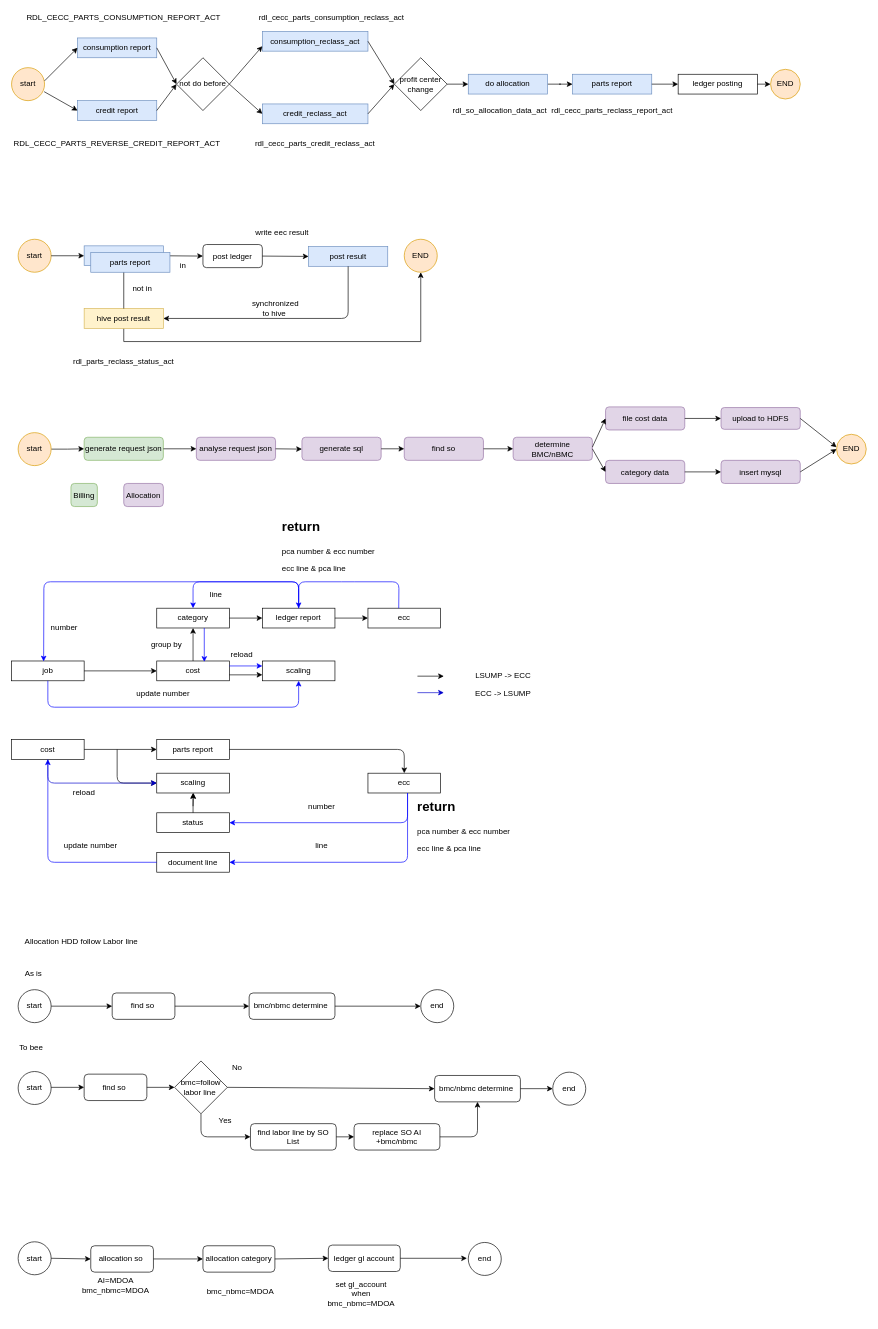
zhang-xdl/Crawler keeps this draw.io diagram as src/Untitled Diagram.drawio. Above is the earlier version. Source tidied: cells renumbered, new cells numbered last; positions are measured from the earlier drawing's top-left corner, leaving out a move shared by most shapes. Both pictures are drawn from the tidied source at 66%, with x=0, y=0 at pixel (11, 11).
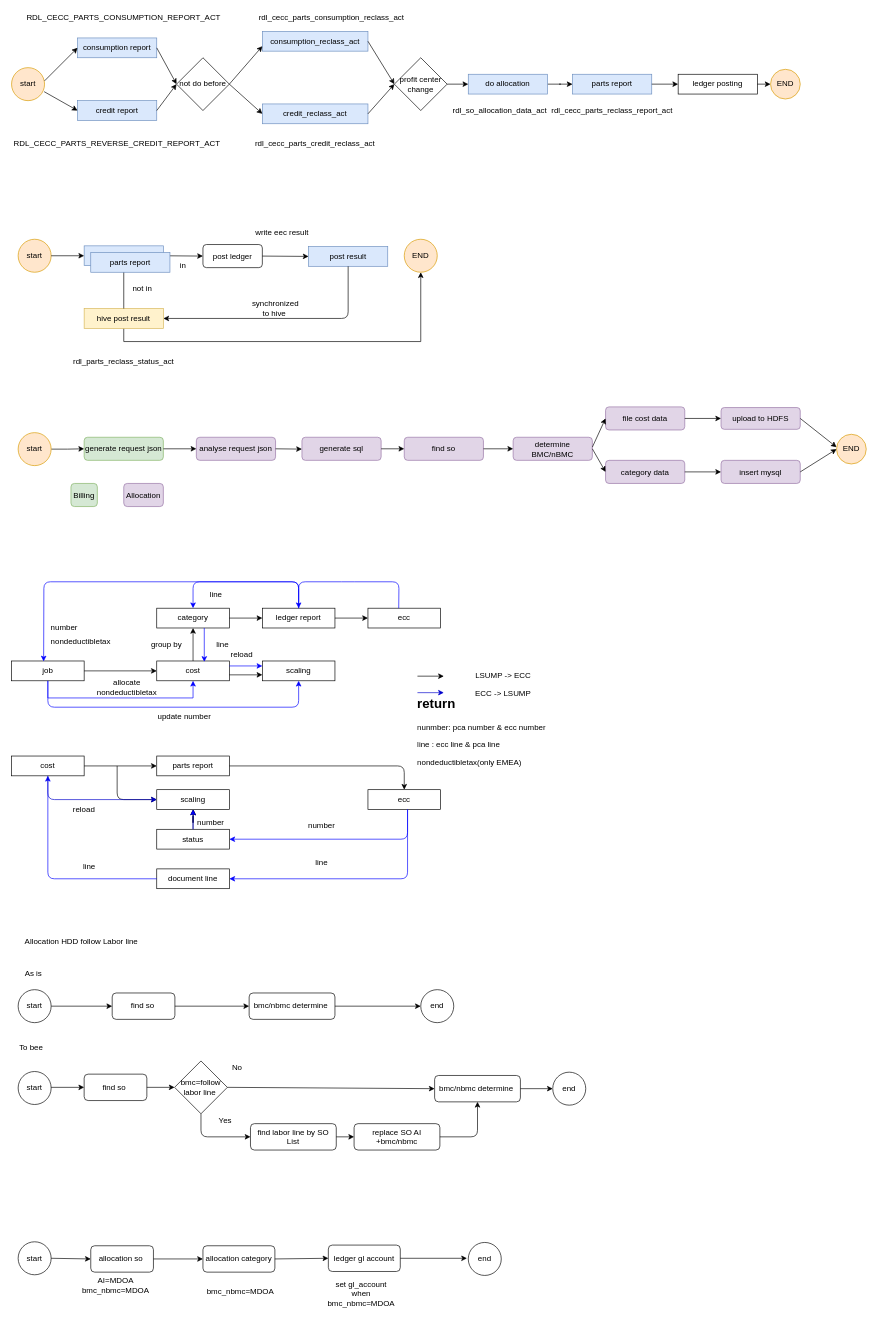
The same page after the edit.

Unchanged cells that the change refers to:
```xml
<mxCell id="73" value="job" style="rounded=0;whiteSpace=wrap;html=1;" parent="1" vertex="1">
  <mxGeometry y="984" width="110" height="30" as="geometry" />
</mxCell>
<mxCell id="74" value="cost" style="rounded=0;whiteSpace=wrap;html=1;" parent="1" vertex="1">
  <mxGeometry x="220" y="984" width="110" height="30" as="geometry" />
</mxCell>
```

Diff of the diagram source:
```diff
@@
+    <mxCell id="158" style="edgeStyle=orthogonalEdgeStyle;rounded=0;jettySize=auto;html=1;exitX=0.5;exitY=1;exitDx=0;exitDy=0;entryX=0.5;entryY=1;entryDx=0;entryDy=0;strokeColor=#0000FF;" parent="1" edge="1" source="73" target="74">
+      <mxGeometry relative="1" as="geometry">
+        <Array as="points">
+          <mxPoint x="55" y="1040" />
+          <mxPoint x="275" y="1040" />
+        </Array>
+      </mxGeometry>
+    </mxCell>
@@
-    <mxCell id="86" value="&lt;h1&gt;&lt;font style=&quot;font-size: 20px ; line-height: 60%&quot;&gt;return&lt;/font&gt;&lt;/h1&gt;&lt;p&gt;pca number &amp;amp; ecc number&lt;/p&gt;&lt;p&gt;ecc line &amp;amp; pca line&lt;/p&gt;" style="text;html=1;strokeColor=none;fillColor=none;spacing=5;spacingTop=-20;whiteSpace=wrap;overflow=hidden;rounded=0;" parent="1" vertex="1">
-      <mxGeometry x="405" y="760" width="205" height="90" as="geometry" />
+    <mxCell id="86" value="&lt;h1&gt;&lt;font style=&quot;font-size: 20px ; line-height: 60%&quot;&gt;return&lt;/font&gt;&lt;/h1&gt;&lt;p&gt;nunmber: pca number &amp;amp; ecc number&lt;/p&gt;&lt;p&gt;line : ecc line &amp;amp; pca line&lt;/p&gt;&lt;p&gt;nondeductibletax(only EMEA)&lt;br&gt;&lt;/p&gt;" style="text;html=1;strokeColor=none;fillColor=none;spacing=5;spacingTop=-20;whiteSpace=wrap;overflow=hidden;rounded=0;" parent="1" vertex="1">
+      <mxGeometry x="610" y="1027" width="205" height="123" as="geometry" />
     </mxCell>
@@
     <mxCell id="92" value="update number" style="text;html=1;strokeColor=none;fillColor=none;align=center;verticalAlign=middle;whiteSpace=wrap;rounded=0;" parent="1" vertex="1">
-      <mxGeometry x="170" y="1024" width="120" height="20" as="geometry" />
+      <mxGeometry x="202" y="1059" width="120" height="20" as="geometry" />
     </mxCell>
@@
     <mxCell id="96" value="cost" style="rounded=0;whiteSpace=wrap;html=1;" parent="1" vertex="1">
-      <mxGeometry y="1103" width="110" height="30" as="geometry" />
+      <mxGeometry y="1128" width="110" height="30" as="geometry" />
     </mxCell>
     <mxCell id="97" value="parts report" style="rounded=0;whiteSpace=wrap;html=1;" parent="1" vertex="1">
-      <mxGeometry x="220" y="1103" width="110" height="30" as="geometry" />
+      <mxGeometry x="220" y="1128" width="110" height="30" as="geometry" />
     </mxCell>
     <mxCell id="98" value="ecc" style="rounded=0;whiteSpace=wrap;html=1;" parent="1" vertex="1">
-      <mxGeometry x="540" y="1154" width="110" height="30" as="geometry" />
+      <mxGeometry x="540" y="1179" width="110" height="30" as="geometry" />
     </mxCell>
@@
     <mxCell id="100" style="endArrow=classic;html=1;exitX=1;exitY=0.5;exitDx=0;exitDy=0;entryX=0.5;entryY=0;entryDx=0;entryDy=0;" parent="1" edge="1" source="97" target="98">
       <mxGeometry relative="1" as="geometry">
         <Array as="points">
-          <mxPoint x="595" y="1118" />
+          <mxPoint x="595" y="1143" />
         </Array>
       </mxGeometry>
     </mxCell>
     <mxCell id="101" value="scaling" style="rounded=0;whiteSpace=wrap;html=1;" parent="1" vertex="1">
-      <mxGeometry x="220" y="1154" width="110" height="30" as="geometry" />
+      <mxGeometry x="220" y="1179" width="110" height="30" as="geometry" />
     </mxCell>
     <mxCell id="102" style="endArrow=classic;html=1;strokeColor=#000000;entryX=0;entryY=0.5;entryDx=0;entryDy=0;" parent="1" edge="1" target="101">
       <mxGeometry relative="1" as="geometry">
-        <mxPoint x="160" y="1118" as="sourcePoint" />
+        <mxPoint x="160" y="1143" as="sourcePoint" />
         <Array as="points">
-          <mxPoint x="160" y="1169" />
+          <mxPoint x="160" y="1194" />
         </Array>
       </mxGeometry>
     </mxCell>
     <mxCell id="103" style="edgeStyle=orthogonalEdgeStyle;rounded=0;jettySize=auto;html=1;strokeColor=#000000;" parent="1" edge="1" target="101">
       <mxGeometry relative="1" as="geometry">
-        <mxPoint x="275" y="1204" as="sourcePoint" />
+        <mxPoint x="275" y="1229" as="sourcePoint" />
       </mxGeometry>
     </mxCell>
+    <mxCell id="159" style="edgeStyle=orthogonalEdgeStyle;rounded=0;jettySize=auto;html=1;" parent="1" edge="1" source="104" target="101">
+      <mxGeometry relative="1" as="geometry" />
+    </mxCell>
     <mxCell id="104" value="status" style="rounded=0;whiteSpace=wrap;html=1;" parent="1" vertex="1">
-      <mxGeometry x="220" y="1214" width="110" height="30" as="geometry" />
+      <mxGeometry x="220" y="1239" width="110" height="30" as="geometry" />
     </mxCell>
     <mxCell id="105" value="document line" style="rounded=0;whiteSpace=wrap;html=1;" parent="1" vertex="1">
-      <mxGeometry x="220" y="1274" width="110" height="30" as="geometry" />
+      <mxGeometry x="220" y="1299" width="110" height="30" as="geometry" />
     </mxCell>
     <mxCell id="106" style="endArrow=classic;html=1;entryX=1;entryY=0.5;entryDx=0;entryDy=0;strokeColor=#0000FF;" parent="1" edge="1" target="104">
       <mxGeometry relative="1" as="geometry">
-        <mxPoint x="600" y="1184" as="sourcePoint" />
+        <mxPoint x="600" y="1209" as="sourcePoint" />
         <Array as="points">
-          <mxPoint x="600" y="1229" />
+          <mxPoint x="600" y="1254" />
         </Array>
       </mxGeometry>
     </mxCell>
     <mxCell id="107" style="endArrow=classic;html=1;entryX=1;entryY=0.5;entryDx=0;entryDy=0;strokeColor=#0000FF;" parent="1" edge="1" target="105">
       <mxGeometry relative="1" as="geometry">
-        <mxPoint x="600" y="1184" as="sourcePoint" />
+        <mxPoint x="600" y="1209" as="sourcePoint" />
         <Array as="points">
-          <mxPoint x="600" y="1289" />
+          <mxPoint x="600" y="1314" />
         </Array>
       </mxGeometry>
     </mxCell>
-    <mxCell id="108" style="endArrow=classic;html=1;strokeColor=#000000;entryX=0.5;entryY=1;entryDx=0;entryDy=0;" parent="1" edge="1" target="101">
+    <mxCell id="108" style="endArrow=classic;html=1;strokeColor=#0000FF;entryX=0.5;entryY=1;entryDx=0;entryDy=0;" parent="1" edge="1" target="101">
       <mxGeometry relative="1" as="geometry">
-        <mxPoint x="275" y="1214" as="sourcePoint" />
+        <mxPoint x="275" y="1239" as="sourcePoint" />
       </mxGeometry>
     </mxCell>
     <mxCell id="109" style="endArrow=classic;html=1;entryX=0.5;entryY=1;entryDx=0;entryDy=0;exitX=0;exitY=0.5;exitDx=0;exitDy=0;strokeColor=#0000FF;" parent="1" edge="1" source="105" target="96">
       <mxGeometry relative="1" as="geometry">
         <Array as="points">
-          <mxPoint x="55" y="1289" />
+          <mxPoint x="55" y="1314" />
         </Array>
       </mxGeometry>
     </mxCell>
     <mxCell id="110" style="endArrow=classic;html=1;exitX=0.5;exitY=1;exitDx=0;exitDy=0;entryX=0;entryY=0.5;entryDx=0;entryDy=0;strokeColor=#0000CC;" parent="1" edge="1" source="96" target="101">
       <mxGeometry relative="1" as="geometry">
         <Array as="points">
-          <mxPoint x="55" y="1169" />
+          <mxPoint x="55" y="1194" />
         </Array>
       </mxGeometry>
     </mxCell>
-    <mxCell id="111" value="&lt;h1&gt;&lt;font style=&quot;font-size: 20px&quot;&gt;return&lt;/font&gt;&lt;/h1&gt;&lt;p&gt;pca number &amp;amp; ecc number&lt;/p&gt;&lt;p&gt;ecc line &amp;amp; pca line&lt;/p&gt;" style="text;html=1;strokeColor=none;fillColor=none;spacing=5;spacingTop=-20;whiteSpace=wrap;overflow=hidden;rounded=0;" parent="1" vertex="1">
-      <mxGeometry x="610" y="1184" width="205" height="90" as="geometry" />
-    </mxCell>
     <mxCell id="112" value="number" style="text;html=1;strokeColor=none;fillColor=none;align=center;verticalAlign=middle;whiteSpace=wrap;rounded=0;" parent="1" vertex="1">
-      <mxGeometry x="450" y="1194" width="40" height="20" as="geometry" />
+      <mxGeometry x="450" y="1224" width="40" height="20" as="geometry" />
     </mxCell>
     <mxCell id="113" value="line" style="text;html=1;strokeColor=none;fillColor=none;align=center;verticalAlign=middle;whiteSpace=wrap;rounded=0;" parent="1" vertex="1">
-      <mxGeometry x="450" y="1254" width="40" height="20" as="geometry" />
+      <mxGeometry x="450" y="1279" width="40" height="20" as="geometry" />
     </mxCell>
-    <mxCell id="114" value="update number" style="text;html=1;strokeColor=none;fillColor=none;align=center;verticalAlign=middle;whiteSpace=wrap;rounded=0;" parent="1" vertex="1">
-      <mxGeometry x="60" y="1254" width="120" height="20" as="geometry" />
+    <mxCell id="114" value="line" style="text;html=1;strokeColor=none;fillColor=none;align=center;verticalAlign=middle;whiteSpace=wrap;rounded=0;" parent="1" vertex="1">
+      <mxGeometry x="58" y="1285" width="120" height="20" as="geometry" />
     </mxCell>
     <mxCell id="115" value="reload" style="text;html=1;strokeColor=none;fillColor=none;align=center;verticalAlign=middle;whiteSpace=wrap;rounded=0;" parent="1" vertex="1">
-      <mxGeometry x="65" y="1174" width="90" height="20" as="geometry" />
+      <mxGeometry x="65" y="1199" width="90" height="20" as="geometry" />
     </mxCell>
@@
+    <mxCell id="160" value="line" style="text;html=1;strokeColor=none;fillColor=none;align=center;verticalAlign=middle;whiteSpace=wrap;rounded=0;" parent="1" vertex="1">
+      <mxGeometry x="300" y="950" width="40" height="20" as="geometry" />
+    </mxCell>
+    <mxCell id="161" value="&lt;span style=&quot;text-align: left&quot;&gt;nondeductibletax&lt;/span&gt;" style="text;html=1;strokeColor=none;fillColor=none;align=center;verticalAlign=middle;whiteSpace=wrap;rounded=0;" parent="1" vertex="1">
+      <mxGeometry x="85" y="944" width="40" height="20" as="geometry" />
+    </mxCell>
+    <mxCell id="162" value="&lt;span style=&quot;text-align: left&quot;&gt;allocate nondeductibletax&lt;/span&gt;" style="text;html=1;strokeColor=none;fillColor=none;align=center;verticalAlign=middle;whiteSpace=wrap;rounded=0;" parent="1" vertex="1">
+      <mxGeometry x="120" y="1014" width="110" height="20" as="geometry" />
+    </mxCell>
+    <mxCell id="163" value="number" style="text;html=1;strokeColor=none;fillColor=none;align=center;verticalAlign=middle;whiteSpace=wrap;rounded=0;" parent="1" vertex="1">
+      <mxGeometry x="282" y="1219" width="40" height="20" as="geometry" />
+    </mxCell>
```
